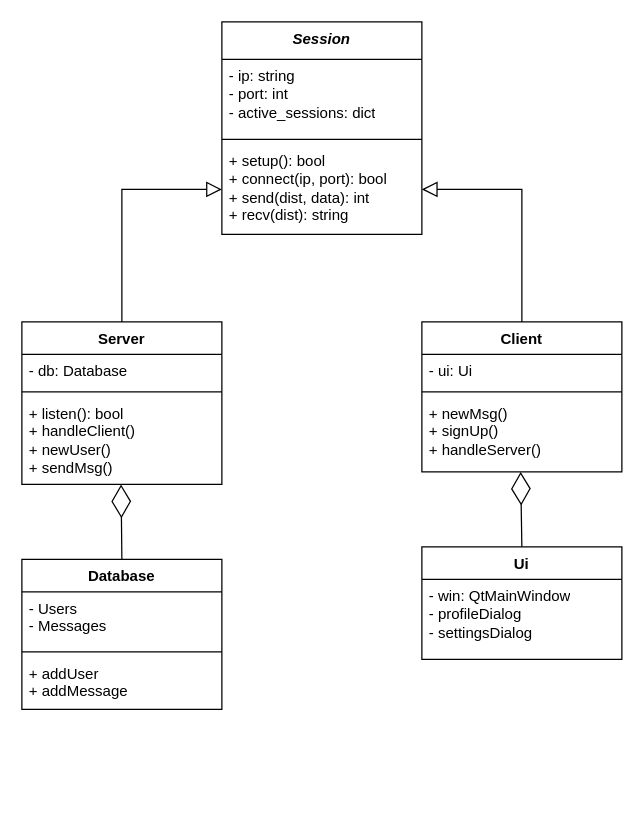
Above: Class Diagram.drawio in iliarahbar/SafeChat (draw.io), before the change. Source tidied: cells renumbered, new cells numbered last; positions are measured from the earlier drawing's top-left corner, leaving out a move shared by most shapes. Both pictures are drawn from the tidied source at 125%, with x=0, y=0 at pixel (21, 21).
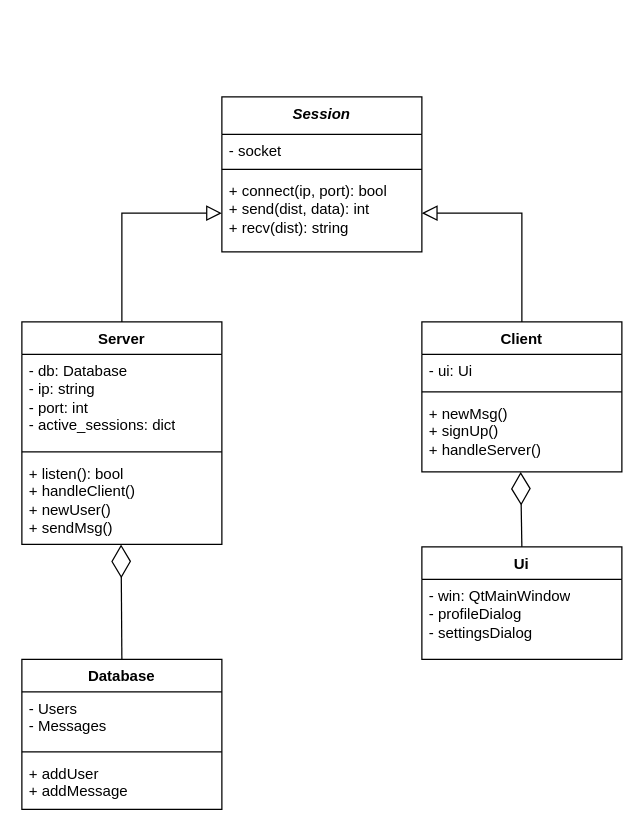
Above is the later version.

The edit, as a diff of the source:
```diff
@@
     <mxCell id="2" value="&lt;div&gt;&lt;i&gt;Session&lt;/i&gt;&lt;/div&gt;" style="swimlane;fontStyle=1;align=center;verticalAlign=top;horizontal=1;startSize=30;whiteSpace=wrap;html=1;" parent="1" vertex="1">
-      <mxGeometry x="160" width="160" height="170" as="geometry" />
+      <mxGeometry x="160" y="60" width="160" height="124" as="geometry" />
     </mxCell>
-    <mxCell id="3" value="&lt;div&gt;- ip: string&lt;/div&gt;&lt;div&gt;- port: int&lt;/div&gt;&lt;div&gt;- active_sessions: dict&lt;/div&gt;" style="text;strokeColor=none;fillColor=none;align=left;verticalAlign=top;spacingLeft=4;spacingRight=4;overflow=hidden;whiteSpace=wrap;html=1;" parent="2" vertex="1">
-      <mxGeometry y="30" width="160" height="60" as="geometry" />
+    <mxCell id="3" value="- socket" style="text;strokeColor=none;fillColor=none;align=left;verticalAlign=top;spacingLeft=4;spacingRight=4;overflow=hidden;whiteSpace=wrap;html=1;rotation=0;" parent="2" vertex="1">
+      <mxGeometry y="30" width="160" height="24" as="geometry" />
     </mxCell>
     <mxCell id="4" style="line;strokeWidth=1;fillColor=none;align=left;verticalAlign=middle;spacingTop=-1;spacingLeft=3;spacingRight=3;labelPosition=right;strokeColor=inherit;" parent="2" vertex="1">
-      <mxGeometry y="90" width="160" height="8" as="geometry" />
+      <mxGeometry y="54" width="160" height="8" as="geometry" />
     </mxCell>
-    <mxCell id="5" value="&lt;div&gt;+ setup(): bool&lt;/div&gt;&lt;div&gt;+ connect(ip, port): bool&lt;/div&gt;&lt;div&gt;+ send(dist, data): int&lt;/div&gt;&lt;div&gt;+ recv(dist): string&lt;/div&gt;" style="text;strokeColor=none;fillColor=none;align=left;verticalAlign=top;spacingLeft=4;spacingRight=4;overflow=hidden;points=[[0,0.5],[1,0.5]];portConstraint=eastwest;whiteSpace=wrap;html=1;" parent="2" vertex="1">
-      <mxGeometry y="98" width="160" height="72" as="geometry" />
+    <mxCell id="5" value="&lt;div&gt;+ connect(ip, port): bool&lt;/div&gt;&lt;div&gt;+ send(dist, data): int&lt;/div&gt;&lt;div&gt;+ recv(dist): string&lt;/div&gt;" style="text;strokeColor=none;fillColor=none;align=left;verticalAlign=top;spacingLeft=4;spacingRight=4;overflow=hidden;points=[[0,0.5],[1,0.5]];portConstraint=eastwest;whiteSpace=wrap;html=1;" parent="2" vertex="1">
+      <mxGeometry y="62" width="160" height="62" as="geometry" />
     </mxCell>
@@
     <mxCell id="7" value="Server" style="swimlane;fontStyle=1;align=center;verticalAlign=top;horizontal=1;startSize=26;whiteSpace=wrap;html=1;" parent="1" vertex="1">
-      <mxGeometry y="240" width="160" height="130" as="geometry" />
+      <mxGeometry y="240" width="160" height="178" as="geometry" />
     </mxCell>
-    <mxCell id="8" value="- db: Database" style="text;strokeColor=none;fillColor=none;align=left;verticalAlign=top;spacingLeft=4;spacingRight=4;overflow=hidden;whiteSpace=wrap;html=1;" parent="7" vertex="1">
-      <mxGeometry y="26" width="160" height="26" as="geometry" />
+    <mxCell id="8" value="&lt;div&gt;- db: Database&lt;div&gt;- ip: string&lt;/div&gt;&lt;div&gt;- port: int&lt;/div&gt;&lt;div&gt;- active_sessions: dict&lt;/div&gt;&lt;/div&gt;" style="text;strokeColor=none;fillColor=none;align=left;verticalAlign=top;spacingLeft=4;spacingRight=4;overflow=hidden;whiteSpace=wrap;html=1;" parent="7" vertex="1">
+      <mxGeometry y="26" width="160" height="74" as="geometry" />
     </mxCell>
     <mxCell id="9" style="line;strokeWidth=1;fillColor=none;align=left;verticalAlign=middle;spacingTop=-1;spacingLeft=3;spacingRight=3;labelPosition=right;strokeColor=inherit;" parent="7" vertex="1">
-      <mxGeometry y="52" width="160" height="8" as="geometry" />
+      <mxGeometry y="100" width="160" height="8" as="geometry" />
     </mxCell>
     <mxCell id="10" value="&lt;div&gt;+ listen(): bool&lt;/div&gt;&lt;div&gt;+ handleClient()&lt;/div&gt;&lt;div&gt;+ newUser()&lt;/div&gt;&lt;div&gt;+ sendMsg()&lt;/div&gt;" style="text;strokeColor=none;fillColor=none;align=left;verticalAlign=top;spacingLeft=4;spacingRight=4;overflow=hidden;points=[[0,0.5],[1,0.5]];portConstraint=eastwest;whiteSpace=wrap;html=1;" parent="7" vertex="1">
-      <mxGeometry y="60" width="160" height="70" as="geometry" />
+      <mxGeometry y="108" width="160" height="70" as="geometry" />
     </mxCell>
@@
     <mxCell id="16" value="Database" style="swimlane;fontStyle=1;align=center;verticalAlign=top;horizontal=1;startSize=26;whiteSpace=wrap;html=1;" parent="1" vertex="1">
-      <mxGeometry y="430" width="160" height="120" as="geometry" />
+      <mxGeometry y="510" width="160" height="120" as="geometry" />
     </mxCell>
```
